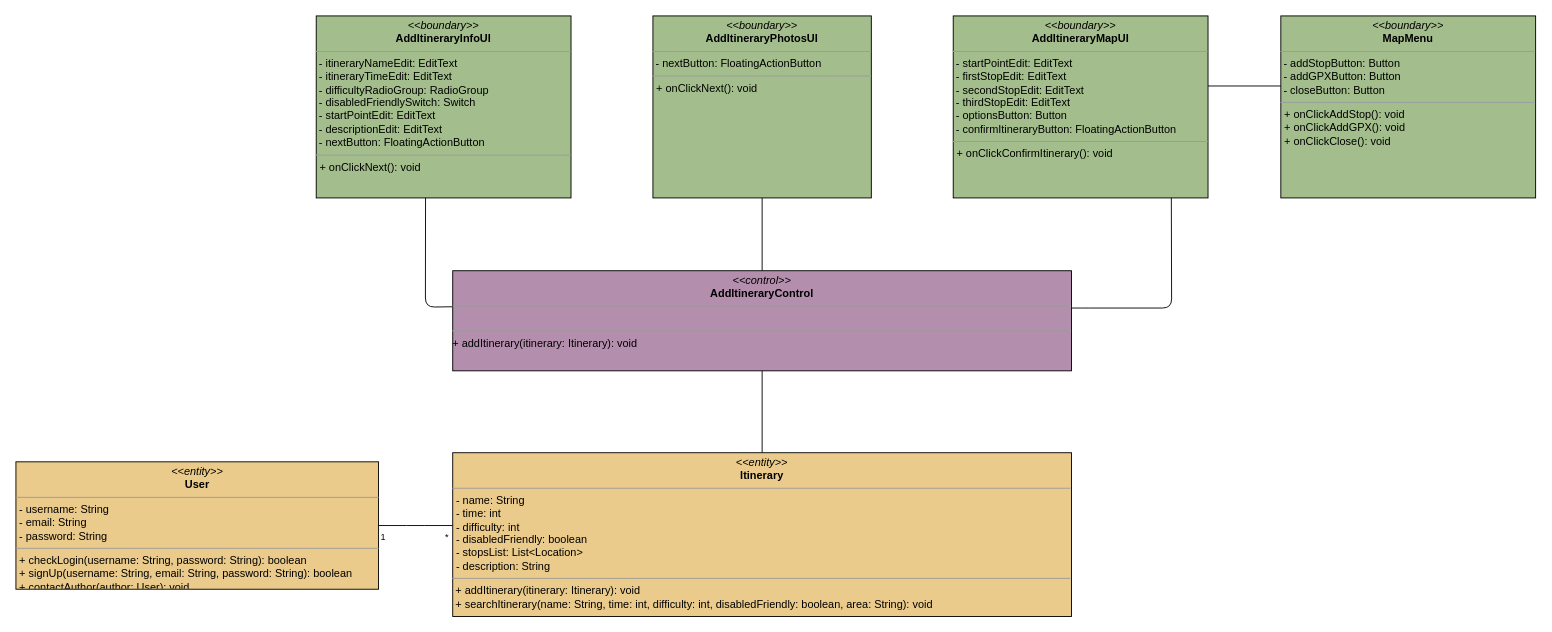
The draw.io diagram page "Aggiungi itinerario" (4 of 10) of docs/ECB.drawio in archer-65/natour-2122, before the edit. Source tidied: cells renumbered, new cells numbered last; positions are measured from the earlier drawing's top-left corner, leaving out a move shared by most shapes. Both pictures are drawn from the tidied source at 91%, with x=0, y=0 at pixel (15, 15).
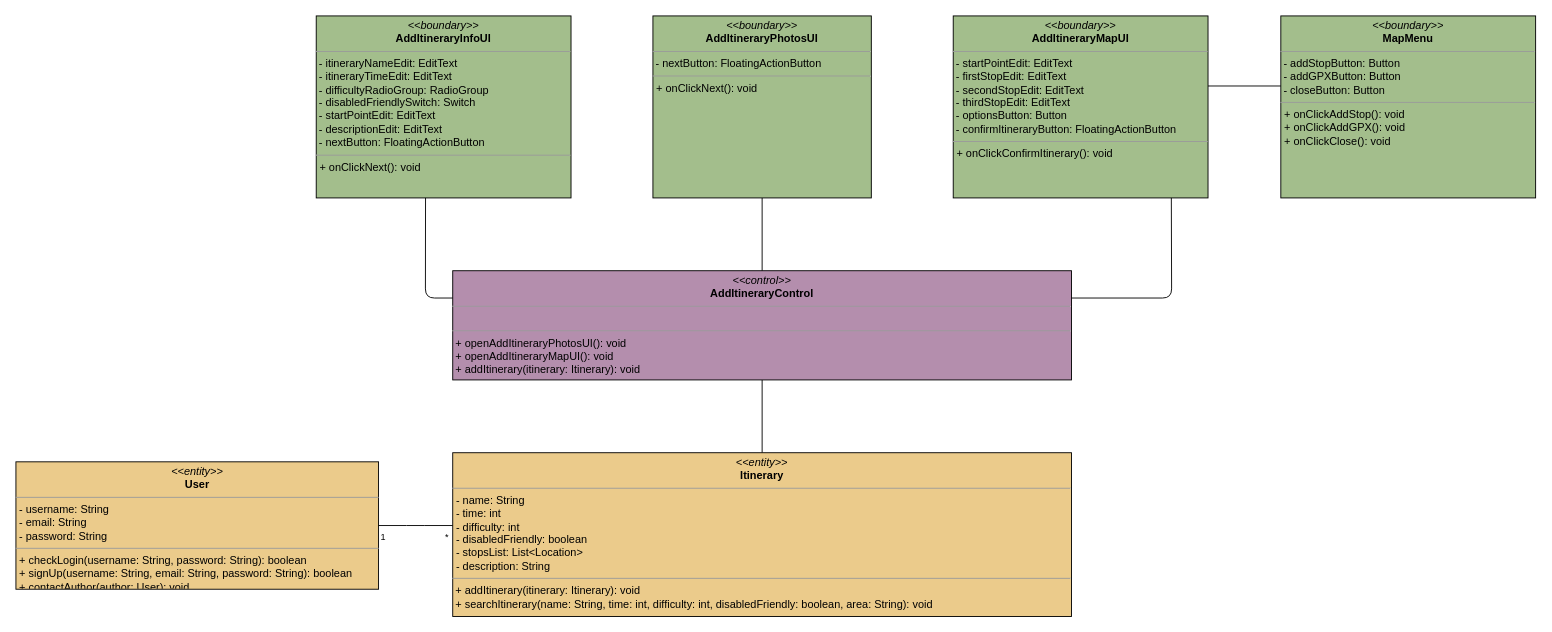
The same diagram, later.

The change refers to these unchanged cells:
```xml
<mxCell id="5" value="&lt;p style=&quot;margin: 0px ; margin-top: 4px ; text-align: center&quot;&gt;&lt;i&gt;&amp;lt;&amp;lt;boundary&amp;gt;&amp;gt;&lt;/i&gt;&lt;br&gt;&lt;b&gt;AddItineraryInfoUI&lt;/b&gt;&lt;/p&gt;&lt;hr size=&quot;1&quot;&gt;&amp;nbsp;- itineraryNameEdit: EditText&lt;br&gt;&lt;span&gt;&amp;nbsp;- itineraryTimeEdit: EditText&lt;br&gt;&lt;/span&gt;&amp;nbsp;- difficultyRadioGroup: RadioGroup&lt;br&gt;&amp;nbsp;- disabledFriendlySwitch: Switch&lt;br&gt;&amp;nbsp;- startPointEdit: EditText&lt;br&gt;&amp;nbsp;- descriptionEdit: EditText&lt;br&gt;&amp;nbsp;- nextButton: FloatingActionButton&lt;br&gt;&lt;hr size=&quot;1&quot;&gt;&lt;p style=&quot;margin: 0px 0px 0px 4px&quot;&gt;+ onClickNext(): void&lt;/p&gt;" style="verticalAlign=top;align=left;overflow=fill;fontSize=12;fontFamily=Helvetica;html=1;fillColor=#A3BE8C;" parent="1" vertex="1">
  <mxGeometry x="330" width="280" height="200" as="geometry" />
</mxCell>
<mxCell id="9" value="&lt;p style=&quot;margin: 0px ; margin-top: 4px ; text-align: center&quot;&gt;&lt;i&gt;&amp;lt;&amp;lt;boundary&amp;gt;&amp;gt;&lt;/i&gt;&lt;br&gt;&lt;b&gt;AddItineraryMapUI&lt;/b&gt;&lt;/p&gt;&lt;hr size=&quot;1&quot;&gt;&amp;nbsp;- startPointEdit: EditText&lt;br&gt;&amp;nbsp;- firstStopEdit: EditText&lt;br&gt;&amp;nbsp;- secondStopEdit: EditText&lt;br&gt;&amp;nbsp;- thirdStopEdit: EditText&lt;br&gt;&amp;nbsp;- optionsButton: Button&lt;br&gt;&amp;nbsp;- confirmItineraryButton: FloatingActionButton&lt;br&gt;&lt;hr size=&quot;1&quot;&gt;&lt;p style=&quot;margin: 0px 0px 0px 4px&quot;&gt;+ onClickConfirmItinerary(): void&lt;/p&gt;" style="verticalAlign=top;align=left;overflow=fill;fontSize=12;fontFamily=Helvetica;html=1;fillColor=#A3BE8C;" parent="1" vertex="1">
  <mxGeometry x="1030" width="280" height="200" as="geometry" />
</mxCell>
```

The edit, as a diff of the source:
```diff
@@
-    <mxCell id="3" value="&lt;p style=&quot;margin: 0px ; margin-top: 4px ; text-align: center&quot;&gt;&lt;i&gt;&amp;lt;&amp;lt;control&amp;gt;&amp;gt;&lt;/i&gt;&lt;br&gt;&lt;b&gt;AddItineraryControl&lt;/b&gt;&lt;/p&gt;&lt;hr size=&quot;1&quot;&gt;&lt;p style=&quot;margin: 0px ; margin-left: 4px&quot;&gt;&lt;br&gt;&lt;/p&gt;&lt;hr size=&quot;1&quot;&gt;&lt;p style=&quot;margin: 0px ; margin-left: 4px&quot;&gt;&lt;/p&gt;+ addItinerary(itinerary: Itinerary): void&amp;nbsp;&lt;span&gt;&lt;br&gt;&lt;/span&gt;" style="verticalAlign=top;align=left;overflow=fill;fontSize=12;fontFamily=Helvetica;html=1;fillColor=#B48EAD;" parent="1" vertex="1">
-      <mxGeometry x="480" y="280" width="680" height="110" as="geometry" />
+    <mxCell id="3" value="&lt;p style=&quot;margin: 0px ; margin-top: 4px ; text-align: center&quot;&gt;&lt;i&gt;&amp;lt;&amp;lt;control&amp;gt;&amp;gt;&lt;/i&gt;&lt;br&gt;&lt;b&gt;AddItineraryControl&lt;/b&gt;&lt;/p&gt;&lt;hr size=&quot;1&quot;&gt;&lt;p style=&quot;margin: 0px ; margin-left: 4px&quot;&gt;&lt;br&gt;&lt;/p&gt;&lt;hr size=&quot;1&quot;&gt;&lt;p style=&quot;margin: 0px ; margin-left: 4px&quot;&gt;&lt;/p&gt;&amp;nbsp;+ openAddItineraryPhotosUI(): void&lt;br&gt;&amp;nbsp;+ openAddItineraryMapUI(): void&lt;br&gt;&amp;nbsp;+ addItinerary(itinerary: Itinerary): void&amp;nbsp;&lt;span&gt;&lt;br&gt;&lt;/span&gt;" style="verticalAlign=top;align=left;overflow=fill;fontSize=12;fontFamily=Helvetica;html=1;fillColor=#B48EAD;" parent="1" vertex="1">
+      <mxGeometry x="480" y="280" width="680" height="120" as="geometry" />
     </mxCell>
-    <mxCell id="4" style="edgeStyle=none;html=1;endArrow=none;endFill=0;exitX=0.429;exitY=0.989;exitDx=0;exitDy=0;exitPerimeter=0;entryX=0;entryY=0.36;entryDx=0;entryDy=0;entryPerimeter=0;" parent="1" edge="1" source="5" target="3">
+    <mxCell id="4" style="edgeStyle=none;html=1;endArrow=none;endFill=0;exitX=0.429;exitY=0.989;exitDx=0;exitDy=0;exitPerimeter=0;entryX=0;entryY=0.25;entryDx=0;entryDy=0;" parent="1" edge="1" source="5" target="3">
       <mxGeometry relative="1" as="geometry">
         <Array as="points">
-          <mxPoint x="450" y="320" />
+          <mxPoint x="450" y="310" />
         </Array>
       </mxGeometry>
     </mxCell>
@@
-    <mxCell id="8" style="edgeStyle=none;html=1;endArrow=none;endFill=0;exitX=0.856;exitY=0.991;exitDx=0;exitDy=0;exitPerimeter=0;" parent="1" edge="1" source="9">
+    <mxCell id="8" style="edgeStyle=none;html=1;endArrow=none;endFill=0;exitX=0.856;exitY=0.991;exitDx=0;exitDy=0;exitPerimeter=0;entryX=1;entryY=0.25;entryDx=0;entryDy=0;" parent="1" edge="1" source="9" target="3">
       <mxGeometry relative="1" as="geometry">
-        <mxPoint x="1160" y="321" as="targetPoint" />
         <Array as="points">
-          <mxPoint x="1270" y="321" />
-          <mxPoint x="1170" y="321" />
+          <mxPoint x="1270" y="310" />
         </Array>
       </mxGeometry>
     </mxCell>
```
